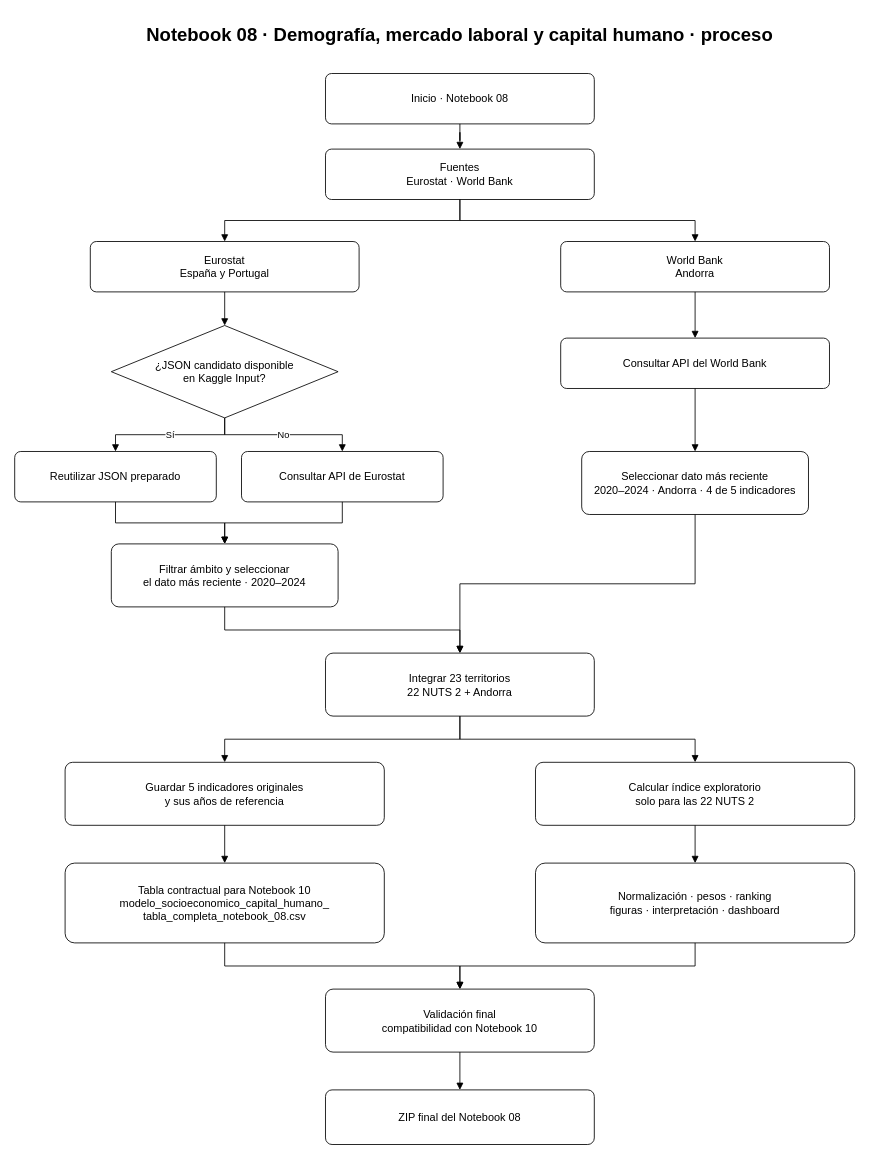
This is docs/diagramas/08_demografia_mercado_laboral_capital_humano_proceso.drawio from Aemj2023/TFB-CPD-Sostenibles-Iberia-Final, a draw.io file, before an edit. Source tidied: cells renumbered, new cells numbered last; positions are measured from the earlier drawing's top-left corner, leaving out a move shared by most shapes. Both pictures are drawn from the tidied source at 84%, with x=0, y=0 at pixel (14, 14).
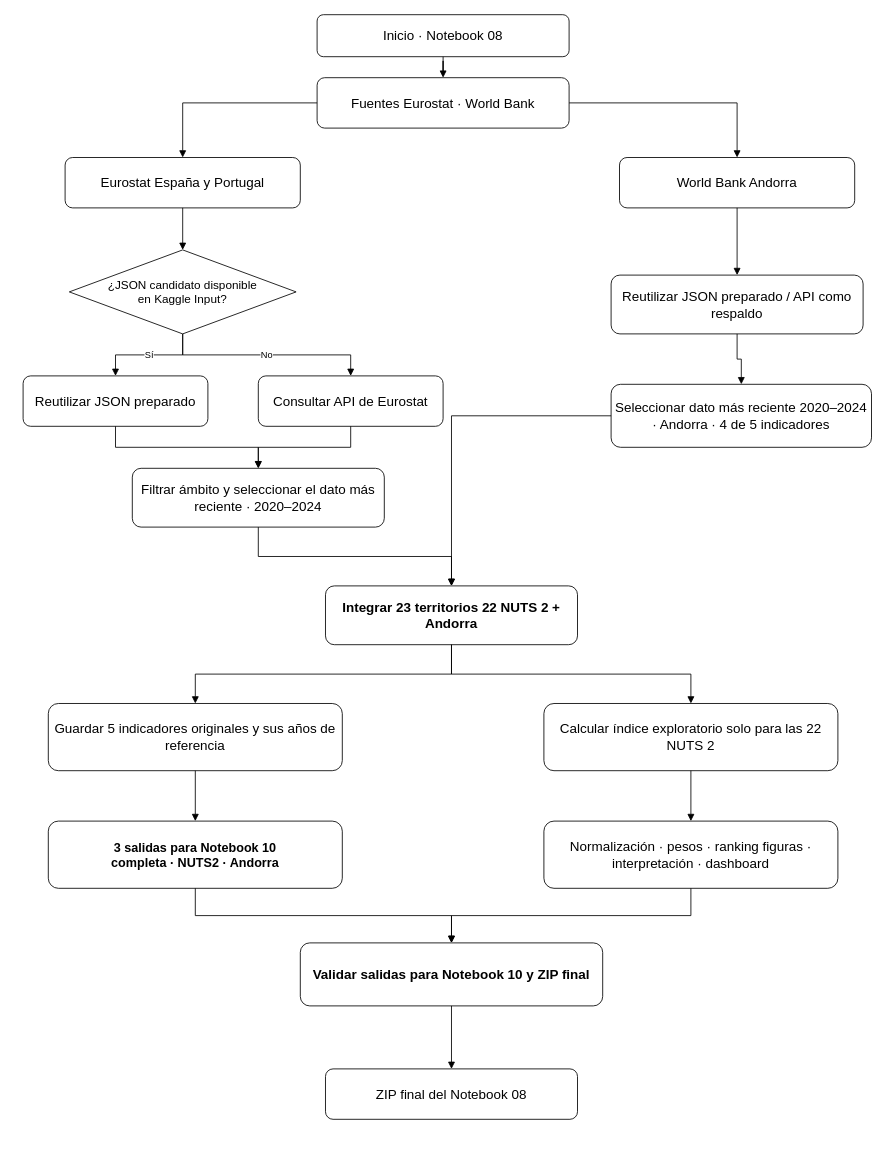
Above is the later version.

What changed in the source:
```diff
@@
-    <mxCell id="2" value="Notebook 08 · Demografía, mercado laboral y capital humano · proceso" style="text;html=1;strokeColor=none;fillColor=none;fontColor=#000000;fontSize=22;fontStyle=1;align=center;verticalAlign=middle;whiteSpace=wrap;" parent="1" vertex="1">
-      <mxGeometry x="50" width="960" height="50" as="geometry" />
-    </mxCell>
-    <mxCell id="3" value="Inicio · Notebook 08" style="rounded=1;whiteSpace=wrap;html=1;arcSize=12;fillColor=#FFFFFF;strokeColor=#000000;fontColor=#000000;fontSize=13;align=center;verticalAlign=middle;" parent="1" vertex="1">
-      <mxGeometry x="370" y="70" width="320" height="60" as="geometry" />
+    <mxCell id="3" value="Inicio · Notebook 08" style="rounded=1;whiteSpace=wrap;html=1;fontSize=16;fontStyle=0;strokeColor=#000000;fillColor=#ffffff;" parent="1" vertex="1">
+      <mxGeometry x="360" width="300" height="50" as="geometry" />
     </mxCell>
-    <mxCell id="4" value="Fuentes&lt;br&gt;Eurostat · World Bank" style="rounded=1;whiteSpace=wrap;html=1;arcSize=12;fillColor=#FFFFFF;strokeColor=#000000;fontColor=#000000;fontSize=13;align=center;verticalAlign=middle;" parent="1" vertex="1">
-      <mxGeometry x="370" y="160" width="320" height="60" as="geometry" />
+    <mxCell id="4" value="Fuentes&amp;#xa;Eurostat · World Bank" style="rounded=1;whiteSpace=wrap;html=1;fontSize=16;fontStyle=0;strokeColor=#000000;fillColor=#ffffff;" parent="1" vertex="1">
+      <mxGeometry x="360" y="75" width="300" height="60" as="geometry" />
     </mxCell>
-    <mxCell id="5" value="Eurostat&lt;br&gt;España y Portugal" style="rounded=1;whiteSpace=wrap;html=1;arcSize=12;fillColor=#FFFFFF;strokeColor=#000000;fontColor=#000000;fontSize=13;align=center;verticalAlign=middle;" parent="1" vertex="1">
-      <mxGeometry x="90" y="270" width="320" height="60" as="geometry" />
+    <mxCell id="5" value="Eurostat&amp;#xa;España y Portugal" style="rounded=1;whiteSpace=wrap;html=1;fontSize=16;fontStyle=0;strokeColor=#000000;fillColor=#ffffff;" parent="1" vertex="1">
+      <mxGeometry x="60" y="170" width="280" height="60" as="geometry" />
     </mxCell>
-    <mxCell id="6" value="World Bank&lt;br&gt;Andorra" style="rounded=1;whiteSpace=wrap;html=1;arcSize=12;fillColor=#FFFFFF;strokeColor=#000000;fontColor=#000000;fontSize=13;align=center;verticalAlign=middle;" parent="1" vertex="1">
-      <mxGeometry x="650" y="270" width="320" height="60" as="geometry" />
+    <mxCell id="6" value="World Bank&amp;#xa;Andorra" style="rounded=1;whiteSpace=wrap;html=1;fontSize=16;fontStyle=0;strokeColor=#000000;fillColor=#ffffff;" parent="1" vertex="1">
+      <mxGeometry x="720" y="170" width="280" height="60" as="geometry" />
     </mxCell>
-    <mxCell id="7" value="¿JSON candidato disponible&lt;br&gt;en Kaggle Input?" style="rhombus;whiteSpace=wrap;html=1;fillColor=#FFFFFF;strokeColor=#000000;fontColor=#000000;fontSize=13;align=center;verticalAlign=middle;" parent="1" vertex="1">
-      <mxGeometry x="115" y="370" width="270" height="110" as="geometry" />
+    <mxCell id="7" value="¿JSON candidato disponible&#10;en Kaggle Input?" style="shape=rhombus;whiteSpace=wrap;html=1;fontSize=14;strokeColor=#000000;fillColor=#ffffff;" parent="1" vertex="1">
+      <mxGeometry x="65" y="280" width="270" height="100" as="geometry" />
     </mxCell>
-    <mxCell id="8" value="Reutilizar JSON preparado" style="rounded=1;whiteSpace=wrap;html=1;arcSize=12;fillColor=#FFFFFF;strokeColor=#000000;fontColor=#000000;fontSize=13;align=center;verticalAlign=middle;" parent="1" vertex="1">
-      <mxGeometry y="520" width="240" height="60" as="geometry" />
+    <mxCell id="8" value="Reutilizar JSON preparado" style="rounded=1;whiteSpace=wrap;html=1;fontSize=16;fontStyle=0;strokeColor=#000000;fillColor=#ffffff;" parent="1" vertex="1">
+      <mxGeometry x="10" y="430" width="220" height="60" as="geometry" />
     </mxCell>
-    <mxCell id="9" value="Consultar API de Eurostat" style="rounded=1;whiteSpace=wrap;html=1;arcSize=12;fillColor=#FFFFFF;strokeColor=#000000;fontColor=#000000;fontSize=13;align=center;verticalAlign=middle;" parent="1" vertex="1">
-      <mxGeometry x="270" y="520" width="240" height="60" as="geometry" />
+    <mxCell id="9" value="Consultar API de Eurostat" style="rounded=1;whiteSpace=wrap;html=1;fontSize=16;fontStyle=0;strokeColor=#000000;fillColor=#ffffff;" parent="1" vertex="1">
+      <mxGeometry x="290" y="430" width="220" height="60" as="geometry" />
     </mxCell>
-    <mxCell id="10" value="Filtrar ámbito y seleccionar&lt;br&gt;el dato más reciente · 2020–2024" style="rounded=1;whiteSpace=wrap;html=1;arcSize=12;fillColor=#FFFFFF;strokeColor=#000000;fontColor=#000000;fontSize=13;align=center;verticalAlign=middle;" parent="1" vertex="1">
-      <mxGeometry x="115" y="630" width="270" height="75" as="geometry" />
+    <mxCell id="10" value="Filtrar ámbito y seleccionar&amp;#xa;el dato más reciente · 2020–2024" style="rounded=1;whiteSpace=wrap;html=1;fontSize=16;fontStyle=0;strokeColor=#000000;fillColor=#ffffff;" parent="1" vertex="1">
+      <mxGeometry x="140" y="540" width="300" height="70" as="geometry" />
     </mxCell>
-    <mxCell id="11" value="Consultar API del World Bank" style="rounded=1;whiteSpace=wrap;html=1;arcSize=12;fillColor=#FFFFFF;strokeColor=#000000;fontColor=#000000;fontSize=13;align=center;verticalAlign=middle;" parent="1" vertex="1">
-      <mxGeometry x="650" y="385" width="320" height="60" as="geometry" />
-    </mxCell>
+    <mxCell id="39" value="Reutilizar JSON preparado&amp;#xa;/ API como respaldo" style="rounded=1;whiteSpace=wrap;html=1;fontSize=16;fontStyle=0;strokeColor=#000000;fillColor=#ffffff;" parent="1" vertex="1">
+      <mxGeometry x="710" y="310" width="300" height="70" as="geometry" />
+    </mxCell>
-    <mxCell id="12" value="Seleccionar dato más reciente&lt;br&gt;2020–2024 · Andorra · 4 de 5 indicadores" style="rounded=1;whiteSpace=wrap;html=1;arcSize=12;fillColor=#FFFFFF;strokeColor=#000000;fontColor=#000000;fontSize=13;align=center;verticalAlign=middle;" parent="1" vertex="1">
-      <mxGeometry x="675" y="520" width="270" height="75" as="geometry" />
+    <mxCell id="12" value="Seleccionar dato más reciente&amp;#xa;2020–2024 · Andorra · 4 de 5 indicadores" style="rounded=1;whiteSpace=wrap;html=1;fontSize=16;fontStyle=0;strokeColor=#000000;fillColor=#ffffff;" parent="1" vertex="1">
+      <mxGeometry x="710" y="440" width="310" height="75" as="geometry" />
     </mxCell>
-    <mxCell id="13" value="Integrar 23 territorios&lt;br&gt;22 NUTS 2 + Andorra" style="rounded=1;whiteSpace=wrap;html=1;arcSize=12;fillColor=#FFFFFF;strokeColor=#000000;fontColor=#000000;fontSize=13;align=center;verticalAlign=middle;" parent="1" vertex="1">
-      <mxGeometry x="370" y="760" width="320" height="75" as="geometry" />
+    <mxCell id="13" value="Integrar 23 territorios&amp;#xa;22 NUTS 2 + Andorra" style="rounded=1;whiteSpace=wrap;html=1;fontSize=16;fontStyle=1;strokeColor=#000000;fillColor=#ffffff;" parent="1" vertex="1">
+      <mxGeometry x="370" y="680" width="300" height="70" as="geometry" />
     </mxCell>
-    <mxCell id="14" value="Guardar 5 indicadores originales&lt;br&gt;y sus años de referencia" style="rounded=1;whiteSpace=wrap;html=1;arcSize=12;fillColor=#FFFFFF;strokeColor=#000000;fontColor=#000000;fontSize=13;align=center;verticalAlign=middle;" parent="1" vertex="1">
-      <mxGeometry x="60" y="890" width="380" height="75" as="geometry" />
+    <mxCell id="14" value="Guardar 5 indicadores originales&amp;#xa;y sus años de referencia" style="rounded=1;whiteSpace=wrap;html=1;fontSize=16;fontStyle=0;strokeColor=#000000;fillColor=#ffffff;" parent="1" vertex="1">
+      <mxGeometry x="40" y="820" width="350" height="80" as="geometry" />
     </mxCell>
-    <mxCell id="15" value="Calcular índice exploratorio&lt;br&gt;solo para las 22 NUTS 2" style="rounded=1;whiteSpace=wrap;html=1;arcSize=12;fillColor=#FFFFFF;strokeColor=#000000;fontColor=#000000;fontSize=13;align=center;verticalAlign=middle;" parent="1" vertex="1">
-      <mxGeometry x="620" y="890" width="380" height="75" as="geometry" />
+    <mxCell id="15" value="Calcular índice exploratorio&amp;#xa;solo para las 22 NUTS 2" style="rounded=1;whiteSpace=wrap;html=1;fontSize=16;fontStyle=0;strokeColor=#000000;fillColor=#ffffff;" parent="1" vertex="1">
+      <mxGeometry x="630" y="820" width="350" height="80" as="geometry" />
     </mxCell>
-    <mxCell id="16" value="Tabla contractual para Notebook 10&lt;br&gt;modelo_socioeconomico_capital_humano_&lt;br&gt;tabla_completa_notebook_08.csv" style="rounded=1;whiteSpace=wrap;html=1;arcSize=12;fillColor=#FFFFFF;strokeColor=#000000;fontColor=#000000;fontSize=13;align=center;verticalAlign=middle;" parent="1" vertex="1">
-      <mxGeometry x="60" y="1010" width="380" height="95" as="geometry" />
-    </mxCell>
+    <mxCell id="40" value="3 salidas para Notebook 10&#10;completa · NUTS2 · Andorra" style="rounded=1;whiteSpace=wrap;html=1;fontSize=15;fontStyle=1;strokeColor=#000000;fillColor=#ffffff;" parent="1" vertex="1">
+      <mxGeometry x="40" y="960" width="350" height="80" as="geometry" />
+    </mxCell>
-    <mxCell id="17" value="Normalización · pesos · ranking&lt;br&gt;figuras · interpretación · dashboard" style="rounded=1;whiteSpace=wrap;html=1;arcSize=12;fillColor=#FFFFFF;strokeColor=#000000;fontColor=#000000;fontSize=13;align=center;verticalAlign=middle;" parent="1" vertex="1">
-      <mxGeometry x="620" y="1010" width="380" height="95" as="geometry" />
+    <mxCell id="17" value="Normalización · pesos · ranking&amp;#xa;figuras · interpretación · dashboard" style="rounded=1;whiteSpace=wrap;html=1;fontSize=16;fontStyle=0;strokeColor=#000000;fillColor=#ffffff;" parent="1" vertex="1">
+      <mxGeometry x="630" y="960" width="350" height="80" as="geometry" />
     </mxCell>
-    <mxCell id="18" value="Validación final&lt;br&gt;compatibilidad con Notebook 10" style="rounded=1;whiteSpace=wrap;html=1;arcSize=12;fillColor=#FFFFFF;strokeColor=#000000;fontColor=#000000;fontSize=13;align=center;verticalAlign=middle;" parent="1" vertex="1">
-      <mxGeometry x="370" y="1160" width="320" height="75" as="geometry" />
-    </mxCell>
+    <mxCell id="41" value="Validar salidas para Notebook 10&amp;#xa;y ZIP final" style="rounded=1;whiteSpace=wrap;html=1;fontSize=16;fontStyle=1;strokeColor=#000000;fillColor=#ffffff;" parent="1" vertex="1">
+      <mxGeometry x="340" y="1105" width="360" height="75" as="geometry" />
+    </mxCell>
-    <mxCell id="19" value="ZIP final del Notebook 08" style="rounded=1;whiteSpace=wrap;html=1;arcSize=12;fillColor=#FFFFFF;strokeColor=#000000;fontColor=#000000;fontSize=13;align=center;verticalAlign=middle;" parent="1" vertex="1">
-      <mxGeometry x="370" y="1280" width="320" height="65" as="geometry" />
+    <mxCell id="19" value="ZIP final del Notebook 08" style="rounded=1;whiteSpace=wrap;html=1;fontSize=16;fontStyle=0;strokeColor=#000000;fillColor=#ffffff;" parent="1" vertex="1">
+      <mxGeometry x="370" y="1255" width="300" height="60" as="geometry" />
     </mxCell>
-    <mxCell id="20" style="edgeStyle=orthogonalEdgeStyle;rounded=0;jettySize=auto;html=1;endArrow=block;endFill=1;strokeColor=#000000;fontColor=#000000;fontSize=11;" parent="1" edge="1" source="3" target="4">
+    <mxCell id="20" style="edgeStyle=orthogonalEdgeStyle;rounded=0;jettySize=auto;html=1;endArrow=block;endFill=1;strokeColor=#000000;" parent="1" edge="1" source="3" target="4">
       <mxGeometry relative="1" as="geometry" />
     </mxCell>
-    <mxCell id="21" style="edgeStyle=orthogonalEdgeStyle;rounded=0;jettySize=auto;html=1;endArrow=block;endFill=1;strokeColor=#000000;fontColor=#000000;fontSize=11;" parent="1" edge="1" source="4" target="5">
+    <mxCell id="21" style="edgeStyle=orthogonalEdgeStyle;rounded=0;jettySize=auto;html=1;endArrow=block;endFill=1;strokeColor=#000000;" parent="1" edge="1" source="4" target="5">
       <mxGeometry relative="1" as="geometry" />
     </mxCell>
-    <mxCell id="22" style="edgeStyle=orthogonalEdgeStyle;rounded=0;jettySize=auto;html=1;endArrow=block;endFill=1;strokeColor=#000000;fontColor=#000000;fontSize=11;" parent="1" edge="1" source="4" target="6">
+    <mxCell id="22" style="edgeStyle=orthogonalEdgeStyle;rounded=0;jettySize=auto;html=1;endArrow=block;endFill=1;strokeColor=#000000;" parent="1" edge="1" source="4" target="6">
       <mxGeometry relative="1" as="geometry" />
     </mxCell>
-    <mxCell id="23" style="edgeStyle=orthogonalEdgeStyle;rounded=0;jettySize=auto;html=1;endArrow=block;endFill=1;strokeColor=#000000;fontColor=#000000;fontSize=11;" parent="1" edge="1" source="5" target="7">
+    <mxCell id="23" style="edgeStyle=orthogonalEdgeStyle;rounded=0;jettySize=auto;html=1;endArrow=block;endFill=1;strokeColor=#000000;" parent="1" edge="1" source="5" target="7">
       <mxGeometry relative="1" as="geometry" />
     </mxCell>
-    <mxCell id="24" value="Sí" style="edgeStyle=orthogonalEdgeStyle;rounded=0;jettySize=auto;html=1;endArrow=block;endFill=1;strokeColor=#000000;fontColor=#000000;fontSize=11;" parent="1" edge="1" source="7" target="8">
+    <mxCell id="24" value="Sí" style="edgeStyle=orthogonalEdgeStyle;rounded=0;jettySize=auto;html=1;endArrow=block;endFill=1;strokeColor=#000000;" parent="1" edge="1" source="7" target="8">
       <mxGeometry relative="1" as="geometry" />
     </mxCell>
-    <mxCell id="25" value="No" style="edgeStyle=orthogonalEdgeStyle;rounded=0;jettySize=auto;html=1;endArrow=block;endFill=1;strokeColor=#000000;fontColor=#000000;fontSize=11;" parent="1" edge="1" source="7" target="9">
+    <mxCell id="25" value="No" style="edgeStyle=orthogonalEdgeStyle;rounded=0;jettySize=auto;html=1;endArrow=block;endFill=1;strokeColor=#000000;" parent="1" edge="1" source="7" target="9">
       <mxGeometry relative="1" as="geometry" />
     </mxCell>
-    <mxCell id="26" style="edgeStyle=orthogonalEdgeStyle;rounded=0;jettySize=auto;html=1;endArrow=block;endFill=1;strokeColor=#000000;fontColor=#000000;fontSize=11;" parent="1" edge="1" source="8" target="10">
+    <mxCell id="26" style="edgeStyle=orthogonalEdgeStyle;rounded=0;jettySize=auto;html=1;endArrow=block;endFill=1;strokeColor=#000000;" parent="1" edge="1" source="8" target="10">
       <mxGeometry relative="1" as="geometry" />
     </mxCell>
-    <mxCell id="27" style="edgeStyle=orthogonalEdgeStyle;rounded=0;jettySize=auto;html=1;endArrow=block;endFill=1;strokeColor=#000000;fontColor=#000000;fontSize=11;" parent="1" edge="1" source="9" target="10">
+    <mxCell id="27" style="edgeStyle=orthogonalEdgeStyle;rounded=0;jettySize=auto;html=1;endArrow=block;endFill=1;strokeColor=#000000;" parent="1" edge="1" source="9" target="10">
       <mxGeometry relative="1" as="geometry" />
     </mxCell>
-    <mxCell id="28" style="edgeStyle=orthogonalEdgeStyle;rounded=0;jettySize=auto;html=1;endArrow=block;endFill=1;strokeColor=#000000;fontColor=#000000;fontSize=11;" parent="1" edge="1" source="6" target="11">
+    <mxCell id="28" style="edgeStyle=orthogonalEdgeStyle;rounded=0;jettySize=auto;html=1;endArrow=block;endFill=1;strokeColor=#000000;" parent="1" edge="1" source="6" target="39">
       <mxGeometry relative="1" as="geometry" />
     </mxCell>
-    <mxCell id="29" style="edgeStyle=orthogonalEdgeStyle;rounded=0;jettySize=auto;html=1;endArrow=block;endFill=1;strokeColor=#000000;fontColor=#000000;fontSize=11;" parent="1" edge="1" source="11" target="12">
+    <mxCell id="29" style="edgeStyle=orthogonalEdgeStyle;rounded=0;jettySize=auto;html=1;endArrow=block;endFill=1;strokeColor=#000000;" parent="1" edge="1" source="39" target="12">
       <mxGeometry relative="1" as="geometry" />
     </mxCell>
-    <mxCell id="30" style="edgeStyle=orthogonalEdgeStyle;rounded=0;jettySize=auto;html=1;endArrow=block;endFill=1;strokeColor=#000000;fontColor=#000000;fontSize=11;" parent="1" edge="1" source="10" target="13">
+    <mxCell id="30" style="edgeStyle=orthogonalEdgeStyle;rounded=0;jettySize=auto;html=1;endArrow=block;endFill=1;strokeColor=#000000;" parent="1" edge="1" source="10" target="13">
       <mxGeometry relative="1" as="geometry" />
     </mxCell>
-    <mxCell id="31" style="edgeStyle=orthogonalEdgeStyle;rounded=0;jettySize=auto;html=1;endArrow=block;endFill=1;strokeColor=#000000;fontColor=#000000;fontSize=11;" parent="1" edge="1" source="12" target="13">
+    <mxCell id="31" style="edgeStyle=orthogonalEdgeStyle;rounded=0;jettySize=auto;html=1;endArrow=block;endFill=1;strokeColor=#000000;" parent="1" edge="1" source="12" target="13">
       <mxGeometry relative="1" as="geometry" />
     </mxCell>
-    <mxCell id="32" style="edgeStyle=orthogonalEdgeStyle;rounded=0;jettySize=auto;html=1;endArrow=block;endFill=1;strokeColor=#000000;fontColor=#000000;fontSize=11;" parent="1" edge="1" source="13" target="14">
+    <mxCell id="32" style="edgeStyle=orthogonalEdgeStyle;rounded=0;jettySize=auto;html=1;endArrow=block;endFill=1;strokeColor=#000000;" parent="1" edge="1" source="13" target="14">
       <mxGeometry relative="1" as="geometry" />
     </mxCell>
-    <mxCell id="33" style="edgeStyle=orthogonalEdgeStyle;rounded=0;jettySize=auto;html=1;endArrow=block;endFill=1;strokeColor=#000000;fontColor=#000000;fontSize=11;" parent="1" edge="1" source="13" target="15">
+    <mxCell id="33" style="edgeStyle=orthogonalEdgeStyle;rounded=0;jettySize=auto;html=1;endArrow=block;endFill=1;strokeColor=#000000;" parent="1" edge="1" source="13" target="15">
       <mxGeometry relative="1" as="geometry" />
     </mxCell>
-    <mxCell id="34" style="edgeStyle=orthogonalEdgeStyle;rounded=0;jettySize=auto;html=1;endArrow=block;endFill=1;strokeColor=#000000;fontColor=#000000;fontSize=11;" parent="1" edge="1" source="14" target="16">
+    <mxCell id="34" style="edgeStyle=orthogonalEdgeStyle;rounded=0;jettySize=auto;html=1;endArrow=block;endFill=1;strokeColor=#000000;" parent="1" edge="1" source="14" target="40">
       <mxGeometry relative="1" as="geometry" />
     </mxCell>
-    <mxCell id="35" style="edgeStyle=orthogonalEdgeStyle;rounded=0;jettySize=auto;html=1;endArrow=block;endFill=1;strokeColor=#000000;fontColor=#000000;fontSize=11;" parent="1" edge="1" source="15" target="17">
+    <mxCell id="35" style="edgeStyle=orthogonalEdgeStyle;rounded=0;jettySize=auto;html=1;endArrow=block;endFill=1;strokeColor=#000000;" parent="1" edge="1" source="15" target="17">
       <mxGeometry relative="1" as="geometry" />
     </mxCell>
-    <mxCell id="36" style="edgeStyle=orthogonalEdgeStyle;rounded=0;jettySize=auto;html=1;endArrow=block;endFill=1;strokeColor=#000000;fontColor=#000000;fontSize=11;" parent="1" edge="1" source="16" target="18">
+    <mxCell id="36" style="edgeStyle=orthogonalEdgeStyle;rounded=0;jettySize=auto;html=1;endArrow=block;endFill=1;strokeColor=#000000;" parent="1" edge="1" source="40" target="41">
       <mxGeometry relative="1" as="geometry" />
     </mxCell>
-    <mxCell id="37" style="edgeStyle=orthogonalEdgeStyle;rounded=0;jettySize=auto;html=1;endArrow=block;endFill=1;strokeColor=#000000;fontColor=#000000;fontSize=11;" parent="1" edge="1" source="17" target="18">
+    <mxCell id="37" style="edgeStyle=orthogonalEdgeStyle;rounded=0;jettySize=auto;html=1;endArrow=block;endFill=1;strokeColor=#000000;" parent="1" edge="1" source="17" target="41">
       <mxGeometry relative="1" as="geometry" />
     </mxCell>
-    <mxCell id="38" style="edgeStyle=orthogonalEdgeStyle;rounded=0;jettySize=auto;html=1;endArrow=block;endFill=1;strokeColor=#000000;fontColor=#000000;fontSize=11;" parent="1" edge="1" source="18" target="19">
+    <mxCell id="38" style="edgeStyle=orthogonalEdgeStyle;rounded=0;jettySize=auto;html=1;endArrow=block;endFill=1;strokeColor=#000000;" parent="1" edge="1" source="41" target="19">
       <mxGeometry relative="1" as="geometry" />
     </mxCell>
```
